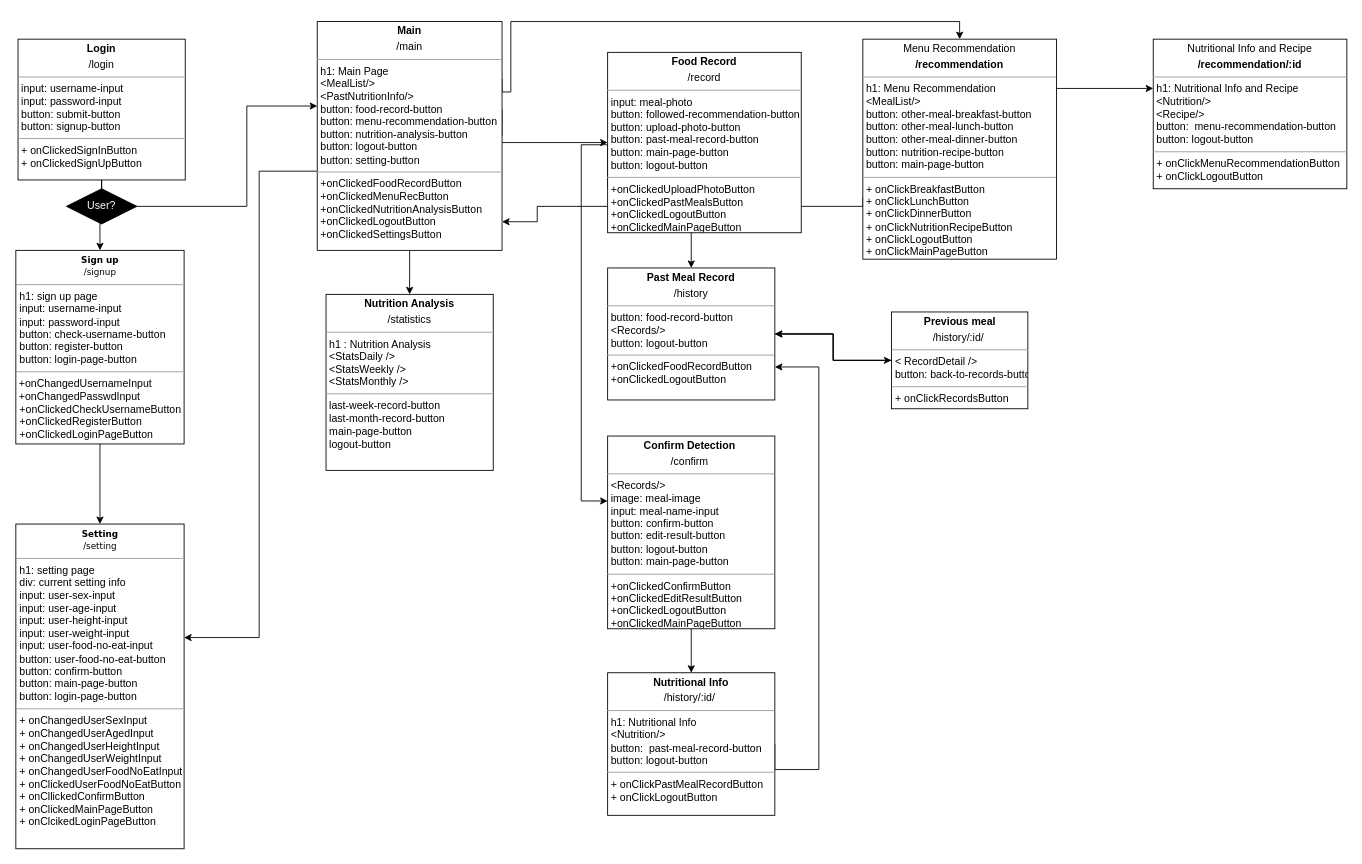
Earlier version of the draw.io diagram Untitled Diagram.drawio (swsnu/swpp2021-team5). Source tidied: cells renumbered, new cells numbered last; positions are measured from the earlier drawing's top-left corner, leaving out a move shared by most shapes. Both pictures are drawn from the tidied source at 88%, with x=0, y=0 at pixel (16, 21).
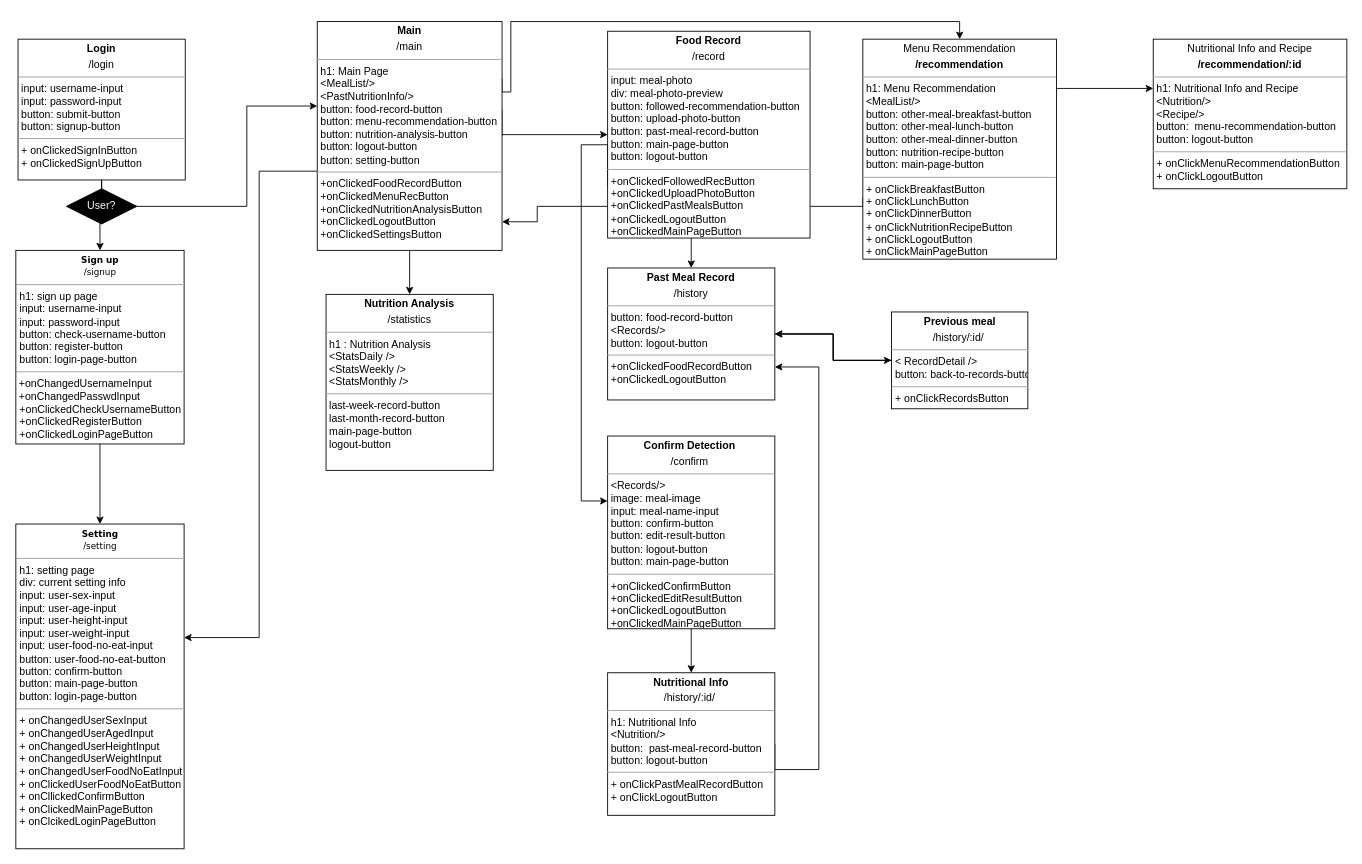
After the change.

The edit, as a diff of the source:
```diff
@@
-    <mxCell id="15" value="&lt;p style=&quot;margin: 0px ; margin-top: 4px ; text-align: center&quot;&gt;&lt;b&gt;Food Record&lt;/b&gt;&lt;/p&gt;&lt;p style=&quot;margin: 0px ; margin-top: 4px ; text-align: center&quot;&gt;/record&lt;/p&gt;&lt;hr size=&quot;1&quot;&gt;&lt;p style=&quot;margin: 0px ; margin-left: 4px&quot;&gt;&lt;span&gt;input: meal-photo&lt;/span&gt;&lt;/p&gt;&lt;p style=&quot;margin: 0px ; margin-left: 4px&quot;&gt;&lt;span&gt;button: followed-recommendation-button&lt;/span&gt;&lt;/p&gt;&lt;p style=&quot;margin: 0px ; margin-left: 4px&quot;&gt;&lt;span&gt;button: upload-photo-button&lt;/span&gt;&lt;br&gt;&lt;/p&gt;&lt;p style=&quot;margin: 0px 0px 0px 4px&quot;&gt;button: past-meal-record-button&lt;/p&gt;&lt;p style=&quot;margin: 0px 0px 0px 4px&quot;&gt;button: main-page-button&lt;/p&gt;&lt;p style=&quot;margin: 0px 0px 0px 4px&quot;&gt;button: logout-button&lt;/p&gt;&lt;hr size=&quot;1&quot;&gt;&lt;p style=&quot;margin: 0px ; margin-left: 4px&quot;&gt;+onClickedUploadPhotoButton&lt;/p&gt;&lt;p style=&quot;margin: 0px ; margin-left: 4px&quot;&gt;+onClickedPastMealsButton&lt;/p&gt;&lt;p style=&quot;margin: 0px ; margin-left: 4px&quot;&gt;+onClickedLogoutButton&lt;/p&gt;&lt;p style=&quot;margin: 0px ; margin-left: 4px&quot;&gt;+onClickedMainPageButton&lt;/p&gt;" style="verticalAlign=top;align=left;overflow=fill;fontSize=12;fontFamily=Helvetica;html=1;rounded=0;shadow=0;comic=0;labelBackgroundColor=none;strokeWidth=1;" parent="1" vertex="1">
-      <mxGeometry x="672" y="35" width="220" height="205" as="geometry" />
+    <mxCell id="15" value="&lt;p style=&quot;margin: 0px ; margin-top: 4px ; text-align: center&quot;&gt;&lt;b&gt;Food Record&lt;/b&gt;&lt;/p&gt;&lt;p style=&quot;margin: 0px ; margin-top: 4px ; text-align: center&quot;&gt;/record&lt;/p&gt;&lt;hr size=&quot;1&quot;&gt;&lt;p style=&quot;margin: 0px ; margin-left: 4px&quot;&gt;&lt;span&gt;input: meal-photo&lt;/span&gt;&lt;/p&gt;&lt;p style=&quot;margin: 0px ; margin-left: 4px&quot;&gt;&lt;span&gt;div: meal-photo-preview&lt;/span&gt;&lt;/p&gt;&lt;p style=&quot;margin: 0px ; margin-left: 4px&quot;&gt;&lt;span&gt;button: followed-recommendation-button&lt;/span&gt;&lt;/p&gt;&lt;p style=&quot;margin: 0px ; margin-left: 4px&quot;&gt;&lt;span&gt;button: upload-photo-button&lt;/span&gt;&lt;br&gt;&lt;/p&gt;&lt;p style=&quot;margin: 0px 0px 0px 4px&quot;&gt;button: past-meal-record-button&lt;/p&gt;&lt;p style=&quot;margin: 0px 0px 0px 4px&quot;&gt;button: main-page-button&lt;/p&gt;&lt;p style=&quot;margin: 0px 0px 0px 4px&quot;&gt;button: logout-button&lt;/p&gt;&lt;hr size=&quot;1&quot;&gt;&lt;p style=&quot;margin: 0px ; margin-left: 4px&quot;&gt;+onClickedFollowedRecButton&lt;/p&gt;&lt;p style=&quot;margin: 0px ; margin-left: 4px&quot;&gt;+onClickedUploadPhotoButton&lt;/p&gt;&lt;p style=&quot;margin: 0px ; margin-left: 4px&quot;&gt;+onClickedPastMealsButton&lt;/p&gt;&lt;p style=&quot;margin: 0px ; margin-left: 4px&quot;&gt;+onClickedLogoutButton&lt;/p&gt;&lt;p style=&quot;margin: 0px ; margin-left: 4px&quot;&gt;+onClickedMainPageButton&lt;/p&gt;" style="verticalAlign=top;align=left;overflow=fill;fontSize=12;fontFamily=Helvetica;html=1;rounded=0;shadow=0;comic=0;labelBackgroundColor=none;strokeWidth=1;" parent="1" vertex="1">
+      <mxGeometry x="672" y="11" width="230" height="235" as="geometry" />
     </mxCell>
```
